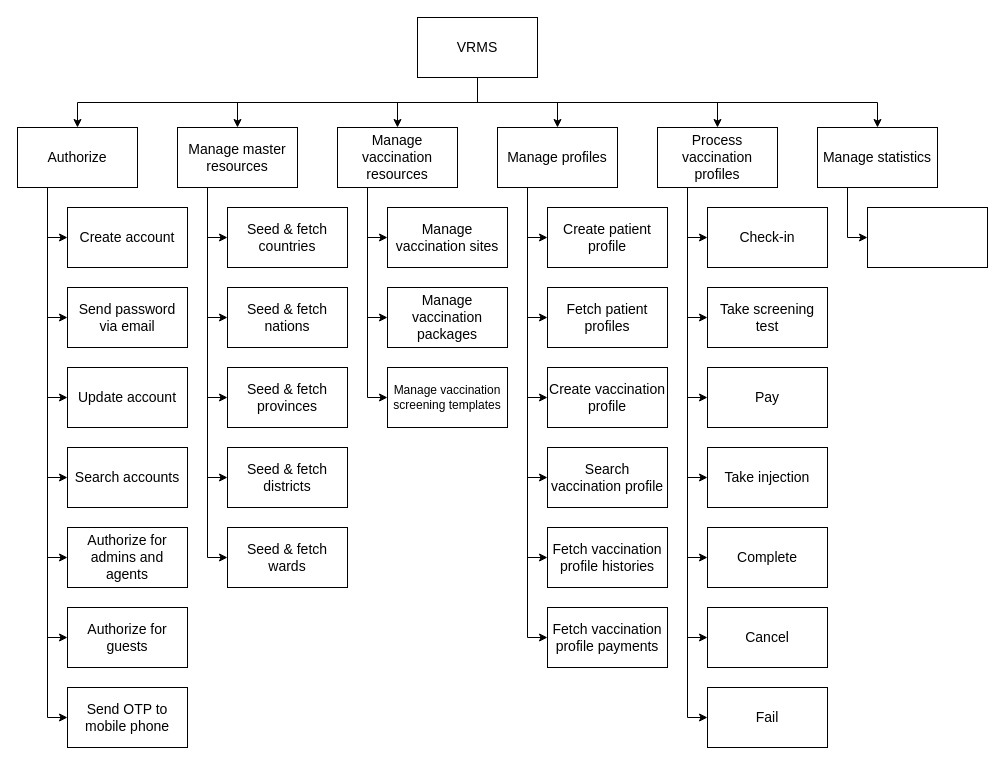
This is page "BFD" (1 of 6) of docs/design.drawio from censodev/vrms-server, a draw.io file, before an edit. Source tidied: cells renumbered, new cells numbered last; positions are measured from the earlier drawing's top-left corner, leaving out a move shared by most shapes. Both pictures are drawn from the tidied source at 100%, with x=0, y=0 at pixel (17, 17).
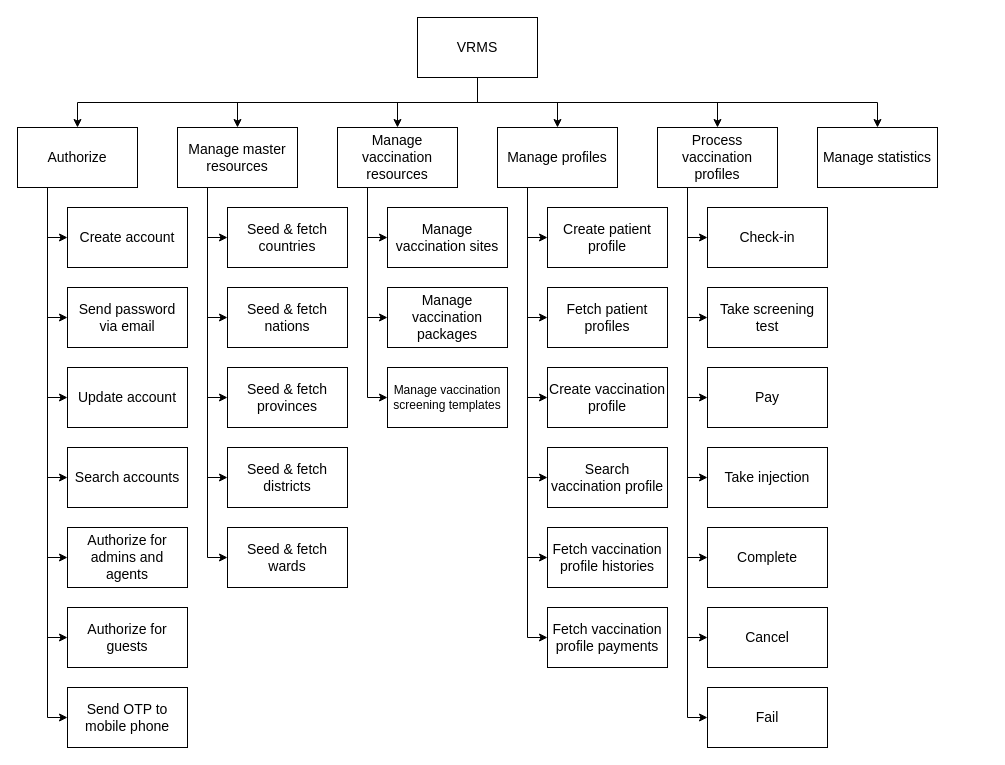
The same diagram, later.

Unchanged cells that the change refers to:
```xml
<mxCell id="43" value="Manage statistics" style="rounded=0;whiteSpace=wrap;html=1;fontSize=14;" parent="1" vertex="1">
  <mxGeometry x="800" y="110" width="120" height="60" as="geometry" />
</mxCell>
```

The edit, as a diff of the source:
```diff
@@
-    <mxCell id="42" style="edgeStyle=orthogonalEdgeStyle;rounded=0;jettySize=auto;html=1;exitX=0.25;exitY=1;exitDx=0;exitDy=0;entryX=0;entryY=0.5;entryDx=0;entryDy=0;fontSize=14;" parent="1" edge="1" source="43" target="49">
-      <mxGeometry relative="1" as="geometry" />
-    </mxCell>
@@
-    <mxCell id="49" style="rounded=0;whiteSpace=wrap;html=1;fontSize=14;" parent="1" vertex="1">
-      <mxGeometry x="850" y="190" width="120" height="60" as="geometry" />
-    </mxCell>
```
